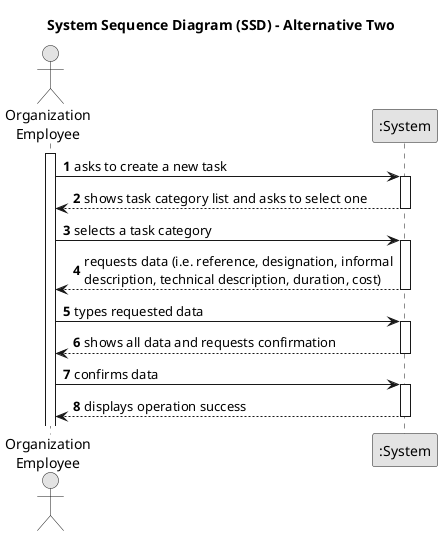
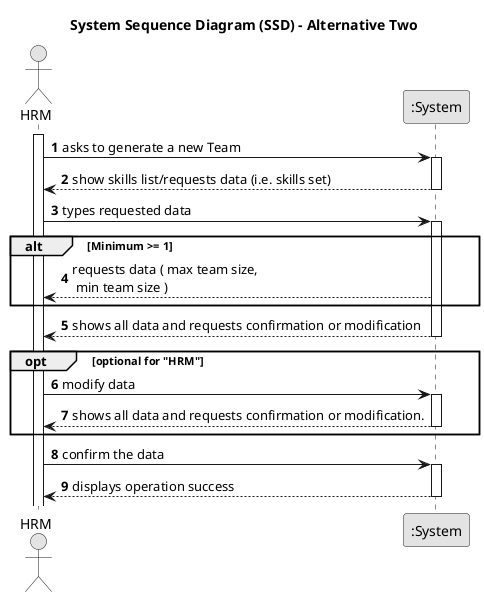
@startuml
skinparam monochrome true
skinparam packageStyle rectangle
skinparam shadowing false

title System Sequence Diagram (SSD) - Alternative Two

autonumber

- actor "Organization\nEmployee" as Employee
+ actor "HRM" as Manager
participant ":System" as System

- activate Employee
+ activate Manager

-     Employee -> System : asks to create a new task
+     Manager -> System : asks to generate a new Team
    activate System

-         System --> Employee : shows task category list and asks to select one
+         System --> Manager : show skills list/requests data (i.e. skills set)
    deactivate System

-     Employee -> System : selects a task category
+     Manager -> System : types requested data
    activate System

-         System --> Employee : requests data (i.e. reference, designation, informal\ndescription, technical description, duration, cost)
+      alt Minimum >= 1
+     System --> Manager : requests data ( max team size,\n min team size )
+     end
+ 
+         System --> Manager : shows all data and requests confirmation or modification
    deactivate System

-     Employee -> System : types requested data
+     opt optional for "HRM"
+     Manager -> System : modify data
    activate System

-         System --> Employee : shows all data and requests confirmation
+     System --> Manager : shows all data and requests confirmation or modification.
    deactivate System
+     end

-     Employee -> System : confirms data
+     Manager -> System : confirm the data
    activate System

-         System --> Employee : displays operation success
+         System --> Manager : displays operation success
    deactivate System
@enduml